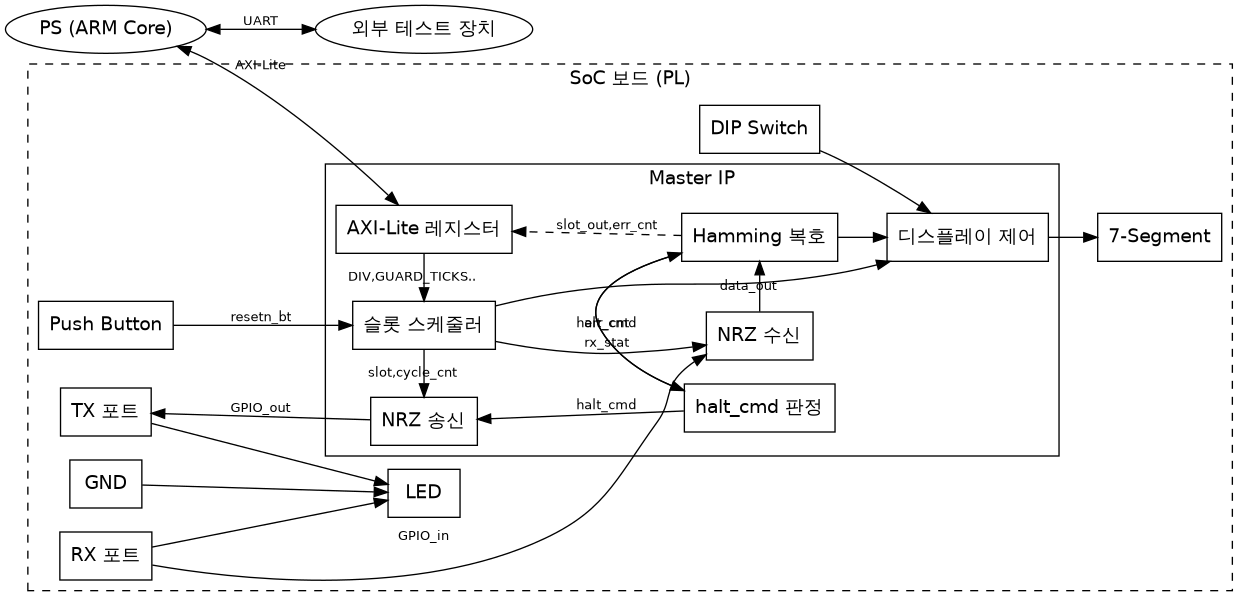
This is diagrams/full_stack.png from Woodong02/SoC_Design_and_Programming, a Graphviz export, as it was before one commit. Its source is kept beside it as diagrams/full_stack.dot.
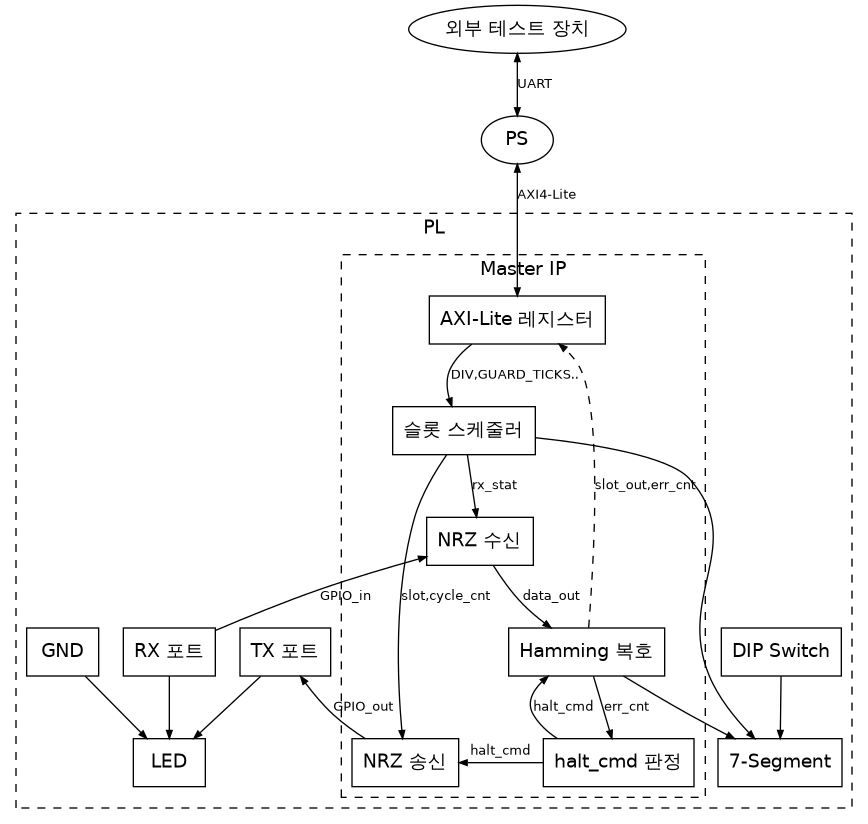
After the change.

Commit message:
PL+Master IP 중첩 경계로 단일 통합 다이어그램 재구성

The edit, as a diff of the source:
```diff
@@ -1,28 +1,28 @@
 digraph G {
-    rankdir=LR;
+    rankdir=TB;
     fontname="Noto Sans CJK KR";
-    labelloc="t";
-    node [shape=box, fontname="Noto Sans CJK KR", fontsize=14, style=solid, color=black];
-    edge [fontname="Noto Sans CJK KR", fontsize=10, color=black];
+    node [shape=box, fontname="Noto Sans CJK KR", fontsize=14, color=black];
+    edge [fontname="Noto Sans CJK KR", fontsize=10, color=black, arrowsize=0.6];
 
     EXT [label="외부 테스트 장치", shape=ellipse];
-    PS [label="PS (ARM Core)", shape=ellipse];
+    PS  [label="PS", shape=ellipse];
 
-    subgraph cluster_board {
-        label="SoC 보드 (PL)";
+    subgraph cluster_pl {
+        label="PL";
         style=dashed;
+        fontname="Noto Sans CJK KR";
 
         GND [label="GND"];
         TXP [label="TX 포트"];
         RXP [label="RX 포트"];
         LED [label="LED"];
+        DIP [label="DIP Switch"];
         SEG [label="7-Segment"];
-        DIP [label="DIP Switch"];
-        PB  [label="Push Button"];
 
         subgraph cluster_master {
             label="Master IP";
-            style=solid;
+            style=dashed;
+            fontname="Noto Sans CJK KR";
 
             AXI  [label="AXI-Lite 레지스터"];
             SLOT [label="슬롯 스케줄러"];
@@ -30,10 +30,12 @@
             DEC  [label="Hamming 복호"];
             HALT [label="halt_cmd 판정"];
             TX   [label="NRZ 송신"];
-            DISP [label="디스플레이 제어"];
 
-            { rank=same; RX; DEC; HALT; }
-            { rank=same; AXI; SLOT; TX; }
+            { rank=same; AXI; }
+            { rank=same; SLOT; }
+            { rank=same; RX; }
+            { rank=same; DEC; }
+            { rank=same; HALT; TX; }
 
             AXI  -> SLOT [label="DIV,GUARD_TICKS.."];
             SLOT -> RX   [label="rx_stat"];
@@ -43,20 +45,21 @@
             HALT -> DEC  [label="halt_cmd"];
             SLOT -> TX   [label="slot,cycle_cnt"];
             DEC  -> AXI  [label="slot_out,err_cnt", style=dashed];
-            SLOT -> DISP;
-            DEC  -> DISP;
         }
+
+        { rank=same; GND; TXP; RXP; }
+        { rank=same; LED; SEG; }
 
         GND -> LED;
         TXP -> LED;
         RXP -> LED;
-        TXP -> TX  [dir=back, label="GPIO_out"];
+        TX  -> TXP [label="GPIO_out"];
         RXP -> RX  [label="GPIO_in"];
-        DISP -> SEG;
-        DIP  -> DISP;
-        PB   -> SLOT [label="resetn_bt"];
+        DIP -> SEG;
+        SLOT -> SEG;
+        DEC  -> SEG;
     }
 
-    PS -> AXI [dir=both, label="AXI-Lite"];
-    PS -> EXT [dir=both, label="UART"];
+    EXT -> PS [label="UART", dir=both];
+    PS  -> AXI [label="AXI4-Lite", dir=both];
 }
```
